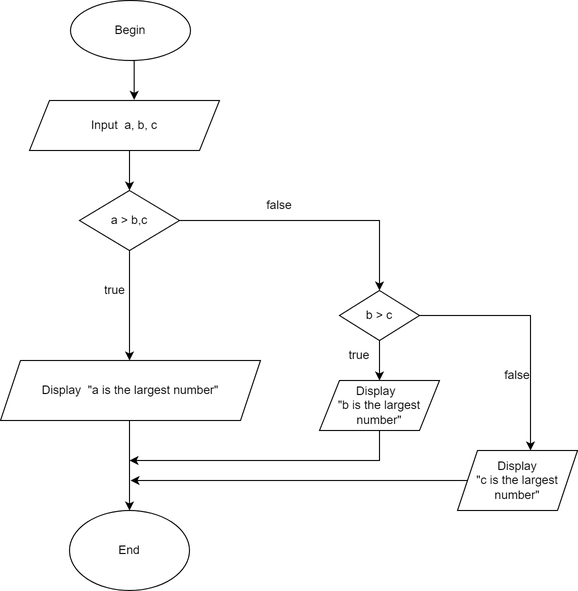
Earlier version of the draw.io export ss3_mo_ta_thuc_toan_bang-pseudo_code_&_flowchart/bai tap/tim_gia_tri_lon_nhat_trong_3_so.png (nguyendung2211/C1121G1-Nguy-n-D-ng). Source tidied: cells renumbered, new cells last; positions are measured from the earlier drawing's top-left corner, leaving out a move shared by most shapes.
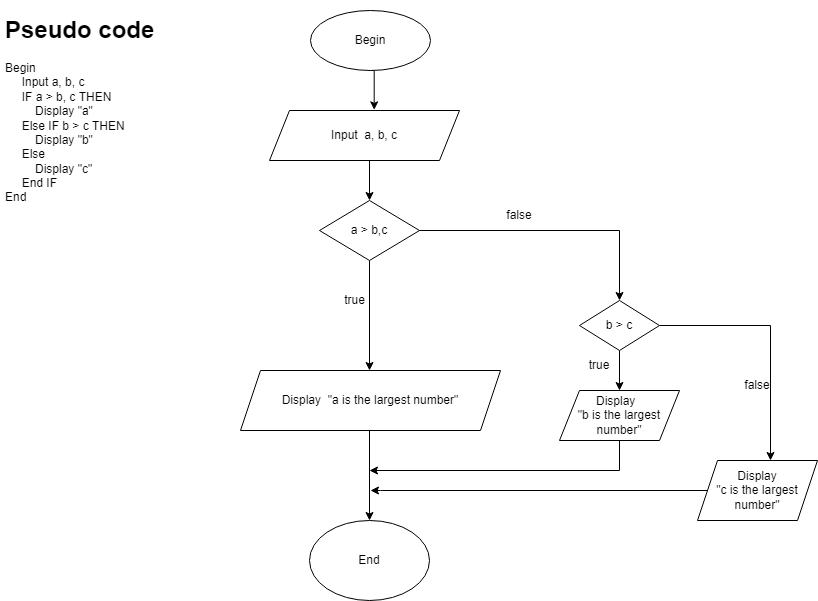
The same file after the commit.

Commit message:
bai tap

What changed in the source:
```diff
@@ -94,5 +94,8 @@
     <mxCell id="23" value="false" style="text;html=1;strokeColor=none;fillColor=none;align=center;verticalAlign=middle;whiteSpace=wrap;rounded=0;" parent="1" vertex="1">
       <mxGeometry x="487" y="360" width="60" height="30" as="geometry" />
     </mxCell>
+    <mxCell id="24" value="&lt;h1&gt;Pseudo code&lt;/h1&gt;&lt;div&gt;Begin&lt;/div&gt;&lt;div&gt;&amp;nbsp; &amp;nbsp; &amp;nbsp;Input a, b, c&lt;/div&gt;&lt;div&gt;&amp;nbsp; &amp;nbsp; &amp;nbsp;IF a &amp;gt; b, c THEN&lt;/div&gt;&lt;div&gt;&amp;nbsp; &amp;nbsp; &amp;nbsp; &amp;nbsp; &amp;nbsp;Display &quot;a&quot;&lt;/div&gt;&lt;div&gt;&amp;nbsp; &amp;nbsp; &amp;nbsp;Else IF b &amp;gt; c THEN&lt;/div&gt;&lt;div&gt;&amp;nbsp; &amp;nbsp; &amp;nbsp; &amp;nbsp; &amp;nbsp;Display &quot;b&quot;&lt;/div&gt;&lt;div&gt;&amp;nbsp; &amp;nbsp; &amp;nbsp;Else&lt;/div&gt;&lt;div&gt;&amp;nbsp; &amp;nbsp; &amp;nbsp; &amp;nbsp; &amp;nbsp;Display &quot;c&quot;&lt;/div&gt;&lt;div&gt;&amp;nbsp; &amp;nbsp; &amp;nbsp;End IF&lt;/div&gt;&lt;div&gt;End&lt;/div&gt;" style="text;html=1;strokeColor=none;fillColor=none;spacing=5;spacingTop=-20;whiteSpace=wrap;overflow=hidden;rounded=0;" parent="1" vertex="1">
+      <mxGeometry x="-240" width="250" height="310" as="geometry" />
+    </mxCell>
   </root>
 </mxGraphModel>
```
